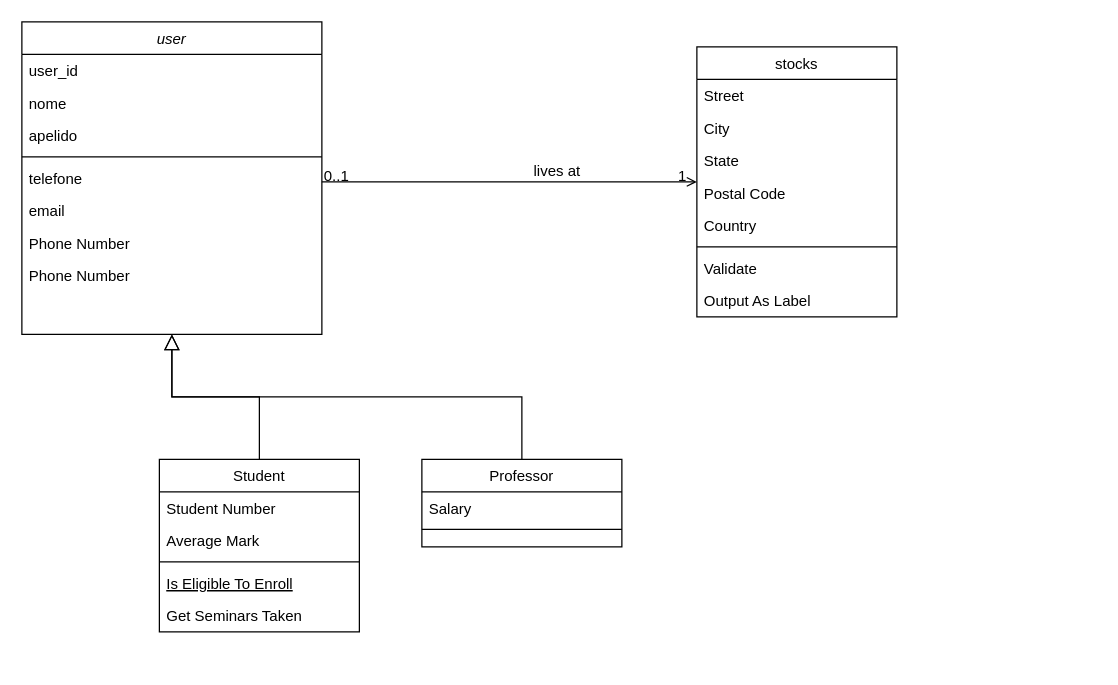
Before: Untitled Diagram.drawio in Jammer23rd/u_project, a draw.io diagram. Source tidied: cells renumbered, new cells numbered last; positions are measured from the earlier drawing's top-left corner, leaving out a move shared by most shapes. Both pictures are drawn from the tidied source at 125%, with x=0, y=0 at pixel (21, 21).
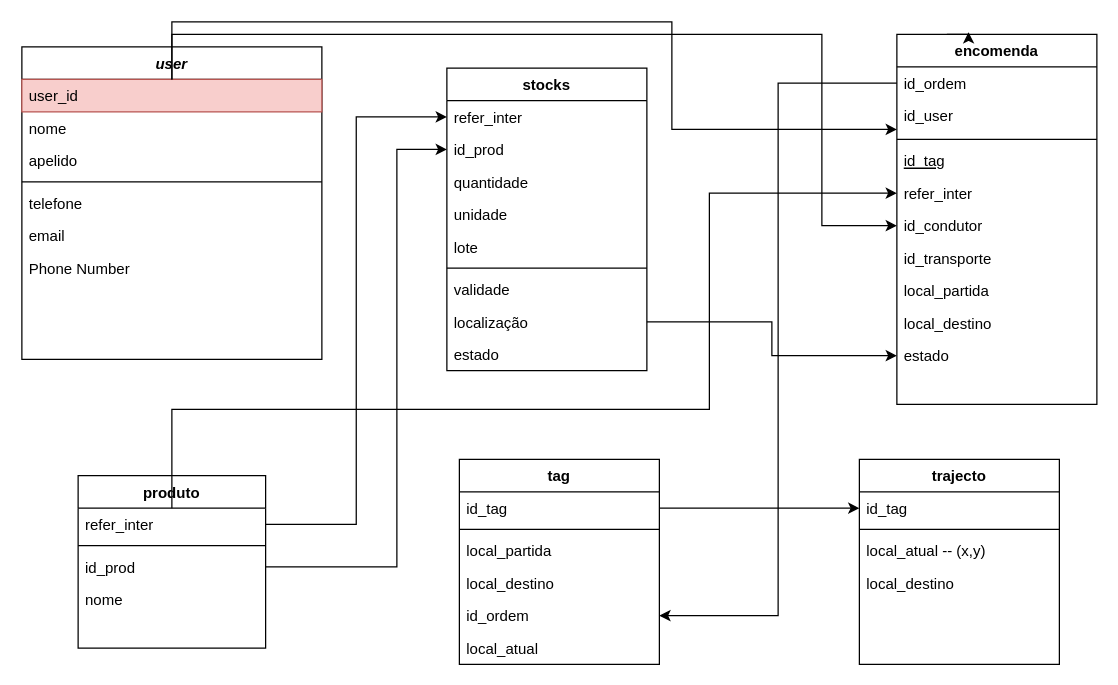
The same diagram, later.

What changed in the source:
```diff
@@
-    <mxCell id="2" value="user" style="swimlane;fontStyle=2;align=center;verticalAlign=top;horizontal=1;startSize=26;rounded=0;shadow=0;strokeWidth=1;" parent="1" vertex="1">
-      <mxGeometry width="240" height="250" as="geometry" />
+    <mxCell id="2" value="user" style="swimlane;fontStyle=3;align=center;verticalAlign=top;horizontal=1;startSize=26;rounded=0;shadow=0;strokeWidth=1;" parent="1" vertex="1">
+      <mxGeometry y="20" width="240" height="250" as="geometry" />
     </mxCell>
-    <mxCell id="3" value="user_id" style="text;align=left;verticalAlign=top;spacingLeft=4;spacingRight=4;overflow=hidden;points=[[0,0.5],[1,0.5]];portConstraint=eastwest;" parent="2" vertex="1">
+    <mxCell id="3" value="user_id" style="text;align=left;verticalAlign=top;spacingLeft=4;spacingRight=4;overflow=hidden;points=[[0,0.5],[1,0.5]];portConstraint=eastwest;fillColor=#f8cecc;strokeColor=#b85450;" parent="2" vertex="1">
       <mxGeometry y="26" width="240" height="26" as="geometry" />
     </mxCell>
@@
-    <mxCell id="10" value="Phone Number" style="text;align=left;verticalAlign=top;spacingLeft=4;spacingRight=4;overflow=hidden;rounded=0;shadow=0;html=0;" parent="2" vertex="1">
-      <mxGeometry y="190" width="240" height="26" as="geometry" />
-    </mxCell>
-    <mxCell id="11" value="Student" style="swimlane;fontStyle=0;align=center;verticalAlign=top;horizontal=1;startSize=26;rounded=0;shadow=0;strokeWidth=1;" parent="1" vertex="1">
-      <mxGeometry x="110" y="350" width="160" height="138" as="geometry" />
+    <mxCell id="11" value="encomenda" style="swimlane;fontStyle=1;align=center;verticalAlign=top;horizontal=1;startSize=26;rounded=0;shadow=0;strokeWidth=1;" parent="1" vertex="1">
+      <mxGeometry x="700" y="10" width="160" height="296" as="geometry" />
     </mxCell>
-    <mxCell id="12" value="Student Number" style="text;align=left;verticalAlign=top;spacingLeft=4;spacingRight=4;overflow=hidden;points=[[0,0.5],[1,0.5]];portConstraint=eastwest;" parent="11" vertex="1">
+    <mxCell id="12" value="id_ordem" style="text;align=left;verticalAlign=top;spacingLeft=4;spacingRight=4;overflow=hidden;points=[[0,0.5],[1,0.5]];portConstraint=eastwest;" parent="11" vertex="1">
       <mxGeometry y="26" width="160" height="26" as="geometry" />
     </mxCell>
-    <mxCell id="13" value="Average Mark" style="text;align=left;verticalAlign=top;spacingLeft=4;spacingRight=4;overflow=hidden;points=[[0,0.5],[1,0.5]];portConstraint=eastwest;rounded=0;shadow=0;html=0;" parent="11" vertex="1">
-      <mxGeometry y="52" width="160" height="26" as="geometry" />
+    <mxCell id="13" value="id_user" style="text;align=left;verticalAlign=top;spacingLeft=4;spacingRight=4;overflow=hidden;points=[[0,0.5],[1,0.5]];portConstraint=eastwest;rounded=0;shadow=0;html=0;" parent="11" vertex="1">
+      <mxGeometry y="52" width="160" height="28" as="geometry" />
     </mxCell>
     <mxCell id="14" style="line;html=1;strokeWidth=1;align=left;verticalAlign=middle;spacingTop=-1;spacingLeft=3;spacingRight=3;labelPosition=right;" parent="11" vertex="1">
-      <mxGeometry y="78" width="160" height="8" as="geometry" />
+      <mxGeometry y="80" width="160" height="8" as="geometry" />
     </mxCell>
-    <mxCell id="15" value="Is Eligible To Enroll" style="text;align=left;verticalAlign=top;spacingLeft=4;spacingRight=4;overflow=hidden;fontStyle=4;" parent="11" vertex="1">
-      <mxGeometry y="86" width="160" height="26" as="geometry" />
+    <mxCell id="15" value="id_tag" style="text;align=left;verticalAlign=top;spacingLeft=4;spacingRight=4;overflow=hidden;fontStyle=4;" parent="11" vertex="1">
+      <mxGeometry y="88" width="160" height="26" as="geometry" />
     </mxCell>
-    <mxCell id="16" value="Get Seminars Taken" style="text;align=left;verticalAlign=top;spacingLeft=4;spacingRight=4;overflow=hidden;points=[[0,0.5],[1,0.5]];portConstraint=eastwest;" parent="11" vertex="1">
-      <mxGeometry y="112" width="160" height="26" as="geometry" />
+    <mxCell id="16" value="refer_inter" style="text;align=left;verticalAlign=top;spacingLeft=4;spacingRight=4;overflow=hidden;points=[[0,0.5],[1,0.5]];portConstraint=eastwest;" parent="11" vertex="1">
+      <mxGeometry y="114" width="160" height="26" as="geometry" />
     </mxCell>
-    <mxCell id="17" style="endArrow=block;endSize=10;endFill=0;shadow=0;strokeWidth=1;rounded=0;edgeStyle=elbowEdgeStyle;elbow=vertical;" parent="1" edge="1" source="11" target="2">
-      <mxGeometry relative="1" as="geometry" />
-    </mxCell>
+    <mxCell id="35" value="id_condutor" style="text;align=left;verticalAlign=top;spacingLeft=4;spacingRight=4;overflow=hidden;points=[[0,0.5],[1,0.5]];portConstraint=eastwest;" parent="11" vertex="1">
+      <mxGeometry y="140" width="160" height="26" as="geometry" />
+    </mxCell>
+    <mxCell id="36" value="id_transporte" style="text;align=left;verticalAlign=top;spacingLeft=4;spacingRight=4;overflow=hidden;" parent="11" vertex="1">
+      <mxGeometry y="166" width="160" height="26" as="geometry" />
+    </mxCell>
+    <mxCell id="37" value="local_partida" style="text;align=left;verticalAlign=top;spacingLeft=4;spacingRight=4;overflow=hidden;" parent="11" vertex="1">
+      <mxGeometry y="192" width="160" height="26" as="geometry" />
+    </mxCell>
+    <mxCell id="38" value="local_destino" style="text;align=left;verticalAlign=top;spacingLeft=4;spacingRight=4;overflow=hidden;" parent="11" vertex="1">
+      <mxGeometry y="218" width="160" height="26" as="geometry" />
+    </mxCell>
+    <mxCell id="39" value="estado" style="text;align=left;verticalAlign=top;spacingLeft=4;spacingRight=4;overflow=hidden;points=[[0,0.5],[1,0.5]];portConstraint=eastwest;" parent="11" vertex="1">
+      <mxGeometry y="244" width="160" height="26" as="geometry" />
+    </mxCell>
-    <mxCell id="18" value="Professor" style="swimlane;fontStyle=0;align=center;verticalAlign=top;horizontal=1;startSize=26;rounded=0;shadow=0;strokeWidth=1;" parent="1" vertex="1">
-      <mxGeometry x="320" y="350" width="160" height="70" as="geometry" />
+    <mxCell id="18" value="tag" style="swimlane;fontStyle=1;align=center;verticalAlign=top;horizontal=1;startSize=26;rounded=0;shadow=0;strokeWidth=1;" parent="1" vertex="1">
+      <mxGeometry x="350" y="350" width="160" height="164" as="geometry" />
     </mxCell>
-    <mxCell id="19" value="Salary" style="text;align=left;verticalAlign=top;spacingLeft=4;spacingRight=4;overflow=hidden;points=[[0,0.5],[1,0.5]];portConstraint=eastwest;" parent="18" vertex="1">
+    <mxCell id="19" value="id_tag" style="text;align=left;verticalAlign=top;spacingLeft=4;spacingRight=4;overflow=hidden;points=[[0,0.5],[1,0.5]];portConstraint=eastwest;" parent="18" vertex="1">
       <mxGeometry y="26" width="160" height="26" as="geometry" />
     </mxCell>
@@
-    <mxCell id="21" style="endArrow=block;endSize=10;endFill=0;shadow=0;strokeWidth=1;rounded=0;edgeStyle=elbowEdgeStyle;elbow=vertical;" parent="1" edge="1" source="18" target="2">
-      <mxGeometry relative="1" as="geometry" />
-    </mxCell>
+    <mxCell id="40" value="local_partida" style="text;align=left;verticalAlign=top;spacingLeft=4;spacingRight=4;overflow=hidden;" parent="18" vertex="1">
+      <mxGeometry y="60" width="160" height="26" as="geometry" />
+    </mxCell>
+    <mxCell id="41" value="local_destino" style="text;align=left;verticalAlign=top;spacingLeft=4;spacingRight=4;overflow=hidden;" parent="18" vertex="1">
+      <mxGeometry y="86" width="160" height="26" as="geometry" />
+    </mxCell>
+    <mxCell id="42" value="id_ordem" style="text;align=left;verticalAlign=top;spacingLeft=4;spacingRight=4;overflow=hidden;points=[[0,0.5],[1,0.5]];portConstraint=eastwest;" parent="18" vertex="1">
+      <mxGeometry y="112" width="160" height="26" as="geometry" />
+    </mxCell>
+    <mxCell id="43" value="local_atual" style="text;align=left;verticalAlign=top;spacingLeft=4;spacingRight=4;overflow=hidden;" parent="18" vertex="1">
+      <mxGeometry y="138" width="160" height="26" as="geometry" />
+    </mxCell>
-    <mxCell id="22" value="stocks" style="swimlane;fontStyle=0;align=center;verticalAlign=top;horizontal=1;startSize=26;rounded=0;shadow=0;strokeWidth=1;" parent="1" vertex="1">
-      <mxGeometry x="540" y="20" width="160" height="216" as="geometry" />
+    <mxCell id="22" value="stocks" style="swimlane;fontStyle=1;align=center;verticalAlign=top;horizontal=1;startSize=26;rounded=0;shadow=0;strokeWidth=1;" parent="1" vertex="1">
+      <mxGeometry x="340" y="37" width="160" height="242" as="geometry" />
     </mxCell>
-    <mxCell id="23" value="Street" style="text;align=left;verticalAlign=top;spacingLeft=4;spacingRight=4;overflow=hidden;points=[[0,0.5],[1,0.5]];portConstraint=eastwest;" parent="22" vertex="1">
+    <mxCell id="23" value="refer_inter" style="text;align=left;verticalAlign=top;spacingLeft=4;spacingRight=4;overflow=hidden;points=[[0,0.5],[1,0.5]];portConstraint=eastwest;" parent="22" vertex="1">
       <mxGeometry y="26" width="160" height="26" as="geometry" />
     </mxCell>
-    <mxCell id="24" value="City" style="text;align=left;verticalAlign=top;spacingLeft=4;spacingRight=4;overflow=hidden;points=[[0,0.5],[1,0.5]];portConstraint=eastwest;rounded=0;shadow=0;html=0;" parent="22" vertex="1">
+    <mxCell id="24" value="id_prod" style="text;align=left;verticalAlign=top;spacingLeft=4;spacingRight=4;overflow=hidden;points=[[0,0.5],[1,0.5]];portConstraint=eastwest;rounded=0;shadow=0;html=0;" parent="22" vertex="1">
       <mxGeometry y="52" width="160" height="26" as="geometry" />
     </mxCell>
-    <mxCell id="25" value="State" style="text;align=left;verticalAlign=top;spacingLeft=4;spacingRight=4;overflow=hidden;rounded=0;shadow=0;html=0;" parent="22" vertex="1">
+    <mxCell id="25" value="quantidade" style="text;align=left;verticalAlign=top;spacingLeft=4;spacingRight=4;overflow=hidden;rounded=0;shadow=0;html=0;" parent="22" vertex="1">
       <mxGeometry y="78" width="160" height="26" as="geometry" />
     </mxCell>
-    <mxCell id="26" value="Postal Code" style="text;align=left;verticalAlign=top;spacingLeft=4;spacingRight=4;overflow=hidden;rounded=0;shadow=0;html=0;" parent="22" vertex="1">
+    <mxCell id="26" value="unidade" style="text;align=left;verticalAlign=top;spacingLeft=4;spacingRight=4;overflow=hidden;rounded=0;shadow=0;html=0;" parent="22" vertex="1">
       <mxGeometry y="104" width="160" height="26" as="geometry" />
     </mxCell>
-    <mxCell id="27" value="Country" style="text;align=left;verticalAlign=top;spacingLeft=4;spacingRight=4;overflow=hidden;rounded=0;shadow=0;html=0;" parent="22" vertex="1">
+    <mxCell id="27" value="lote" style="text;align=left;verticalAlign=top;spacingLeft=4;spacingRight=4;overflow=hidden;rounded=0;shadow=0;html=0;" parent="22" vertex="1">
       <mxGeometry y="130" width="160" height="26" as="geometry" />
     </mxCell>
@@
-    <mxCell id="29" value="Validate" style="text;align=left;verticalAlign=top;spacingLeft=4;spacingRight=4;overflow=hidden;" parent="22" vertex="1">
+    <mxCell id="29" value="validade" style="text;align=left;verticalAlign=top;spacingLeft=4;spacingRight=4;overflow=hidden;" parent="22" vertex="1">
       <mxGeometry y="164" width="160" height="26" as="geometry" />
     </mxCell>
-    <mxCell id="30" value="Output As Label" style="text;align=left;verticalAlign=top;spacingLeft=4;spacingRight=4;overflow=hidden;points=[[0,0.5],[1,0.5]];portConstraint=eastwest;" parent="22" vertex="1">
+    <mxCell id="30" value="localização" style="text;align=left;verticalAlign=top;spacingLeft=4;spacingRight=4;overflow=hidden;points=[[0,0.5],[1,0.5]];portConstraint=eastwest;" parent="22" vertex="1">
       <mxGeometry y="190" width="160" height="26" as="geometry" />
     </mxCell>
-    <mxCell id="31" style="endArrow=open;shadow=0;strokeWidth=1;rounded=0;endFill=1;edgeStyle=elbowEdgeStyle;elbow=vertical;" parent="1" edge="1" source="2" target="22">
-      <mxGeometry x="0.5" y="41" relative="1" as="geometry">
-        <mxPoint x="-40" y="32" as="offset" />
-      </mxGeometry>
-    </mxCell>
-    <mxCell id="32" value="0..1" style="align=left;verticalAlign=bottom;labelBackgroundColor=none;fontSize=12;" parent="31" vertex="1">
-      <mxGeometry x="-1" relative="1" as="geometry">
-        <mxPoint y="4" as="offset" />
-      </mxGeometry>
-    </mxCell>
-    <mxCell id="33" value="1" style="align=right;verticalAlign=bottom;labelBackgroundColor=none;fontSize=12;" parent="31" vertex="1">
-      <mxGeometry x="1" relative="1" as="geometry">
-        <mxPoint x="-7" y="4" as="offset" />
-      </mxGeometry>
-    </mxCell>
-    <mxCell id="34" value="lives at" style="text;html=1;align=center;verticalAlign=middle;labelBackgroundColor=none;rounded=0;shadow=0;strokeWidth=1;fontSize=12;" parent="31" vertex="1">
-      <mxGeometry x="0.5" y="49" relative="1" as="geometry">
-        <mxPoint x="-38" y="40" as="offset" />
-      </mxGeometry>
-    </mxCell>
+    <mxCell id="44" value="estado" style="text;align=left;verticalAlign=top;spacingLeft=4;spacingRight=4;overflow=hidden;" parent="22" vertex="1">
+      <mxGeometry y="216" width="160" height="26" as="geometry" />
+    </mxCell>
+    <mxCell id="45" value="produto" style="swimlane;fontStyle=1;align=center;verticalAlign=top;horizontal=1;startSize=26;rounded=0;shadow=0;strokeWidth=1;" parent="1" vertex="1">
+      <mxGeometry x="45" y="363" width="150" height="138" as="geometry" />
+    </mxCell>
+    <mxCell id="46" value="refer_inter" style="text;align=left;verticalAlign=top;spacingLeft=4;spacingRight=4;overflow=hidden;points=[[0,0.5],[1,0.5]];portConstraint=eastwest;" parent="45" vertex="1">
+      <mxGeometry y="26" width="150" height="26" as="geometry" />
+    </mxCell>
+    <mxCell id="47" style="line;html=1;strokeWidth=1;align=left;verticalAlign=middle;spacingTop=-1;spacingLeft=3;spacingRight=3;labelPosition=right;" parent="45" vertex="1">
+      <mxGeometry y="52" width="150" height="8" as="geometry" />
+    </mxCell>
+    <mxCell id="48" value="id_prod" style="text;align=left;verticalAlign=top;spacingLeft=4;spacingRight=4;overflow=hidden;points=[[0,0.5],[1,0.5]];portConstraint=eastwest;" parent="45" vertex="1">
+      <mxGeometry y="60" width="150" height="26" as="geometry" />
+    </mxCell>
+    <mxCell id="49" value="nome" style="text;align=left;verticalAlign=top;spacingLeft=4;spacingRight=4;overflow=hidden;" parent="45" vertex="1">
+      <mxGeometry y="86" width="150" height="26" as="geometry" />
+    </mxCell>
+    <mxCell id="50" style="edgeStyle=orthogonalEdgeStyle;rounded=0;jettySize=auto;html=1;" parent="1" edge="1" source="12" target="42">
+      <mxGeometry relative="1" as="geometry" />
+    </mxCell>
+    <mxCell id="51" style="edgeStyle=orthogonalEdgeStyle;rounded=0;orthogonalLoop=1;jettySize=auto;html=1;exitX=0.25;exitY=0;exitDx=0;exitDy=0;entryX=0.358;entryY=-0.006;entryDx=0;entryDy=0;entryPerimeter=0;" parent="1" edge="1" source="11" target="11">
+      <mxGeometry relative="1" as="geometry" />
+    </mxCell>
+    <mxCell id="52" style="edgeStyle=orthogonalEdgeStyle;rounded=0;jettySize=auto;html=1;" parent="1" edge="1" source="3" target="13">
+      <mxGeometry relative="1" as="geometry">
+        <Array as="points">
+          <mxPoint x="120" />
+          <mxPoint x="520" />
+          <mxPoint x="520" y="86" />
+        </Array>
+      </mxGeometry>
+    </mxCell>
+    <mxCell id="53" value="trajecto" style="swimlane;fontStyle=1;align=center;verticalAlign=top;horizontal=1;startSize=26;rounded=0;shadow=0;strokeWidth=1;" parent="1" vertex="1">
+      <mxGeometry x="670" y="350" width="160" height="164" as="geometry" />
+    </mxCell>
+    <mxCell id="54" value="id_tag" style="text;align=left;verticalAlign=top;spacingLeft=4;spacingRight=4;overflow=hidden;points=[[0,0.5],[1,0.5]];portConstraint=eastwest;" parent="53" vertex="1">
+      <mxGeometry y="26" width="160" height="26" as="geometry" />
+    </mxCell>
+    <mxCell id="55" style="line;html=1;strokeWidth=1;align=left;verticalAlign=middle;spacingTop=-1;spacingLeft=3;spacingRight=3;labelPosition=right;" parent="53" vertex="1">
+      <mxGeometry y="52" width="160" height="8" as="geometry" />
+    </mxCell>
+    <mxCell id="56" value="local_atual -- (x,y)" style="text;align=left;verticalAlign=top;spacingLeft=4;spacingRight=4;overflow=hidden;" parent="53" vertex="1">
+      <mxGeometry y="60" width="160" height="26" as="geometry" />
+    </mxCell>
+    <mxCell id="57" value="local_destino" style="text;align=left;verticalAlign=top;spacingLeft=4;spacingRight=4;overflow=hidden;" parent="53" vertex="1">
+      <mxGeometry y="86" width="160" height="26" as="geometry" />
+    </mxCell>
+    <mxCell id="58" style="edgeStyle=orthogonalEdgeStyle;rounded=0;jettySize=auto;html=1;" parent="1" edge="1" source="3" target="35">
+      <mxGeometry relative="1" as="geometry">
+        <Array as="points">
+          <mxPoint x="120" y="10" />
+          <mxPoint x="640" y="10" />
+          <mxPoint x="640" y="163" />
+        </Array>
+      </mxGeometry>
+    </mxCell>
+    <mxCell id="59" style="edgeStyle=orthogonalEdgeStyle;rounded=0;jettySize=auto;html=1;entryX=0;entryY=0.5;entryDx=0;entryDy=0;" parent="1" edge="1" source="30" target="39">
+      <mxGeometry relative="1" as="geometry" />
+    </mxCell>
+    <mxCell id="60" style="edgeStyle=orthogonalEdgeStyle;rounded=0;jettySize=auto;html=1;entryX=0;entryY=0.5;entryDx=0;entryDy=0;" parent="1" edge="1" source="46" target="16">
+      <mxGeometry relative="1" as="geometry">
+        <Array as="points">
+          <mxPoint x="120" y="310" />
+          <mxPoint x="550" y="310" />
+          <mxPoint x="550" y="137" />
+        </Array>
+      </mxGeometry>
+    </mxCell>
+    <mxCell id="61" style="edgeStyle=orthogonalEdgeStyle;rounded=0;jettySize=auto;html=1;entryX=0;entryY=0.5;entryDx=0;entryDy=0;" parent="1" edge="1" source="46" target="23">
+      <mxGeometry relative="1" as="geometry" />
+    </mxCell>
+    <mxCell id="62" style="edgeStyle=orthogonalEdgeStyle;rounded=0;jettySize=auto;html=1;entryX=0;entryY=0.5;entryDx=0;entryDy=0;" parent="1" edge="1" source="48" target="24">
+      <mxGeometry relative="1" as="geometry">
+        <Array as="points">
+          <mxPoint x="300" y="436" />
+          <mxPoint x="300" y="102" />
+        </Array>
+      </mxGeometry>
+    </mxCell>
+    <mxCell id="63" style="edgeStyle=orthogonalEdgeStyle;rounded=0;jettySize=auto;html=1;" parent="1" edge="1" source="19" target="54">
+      <mxGeometry relative="1" as="geometry" />
+    </mxCell>
```
